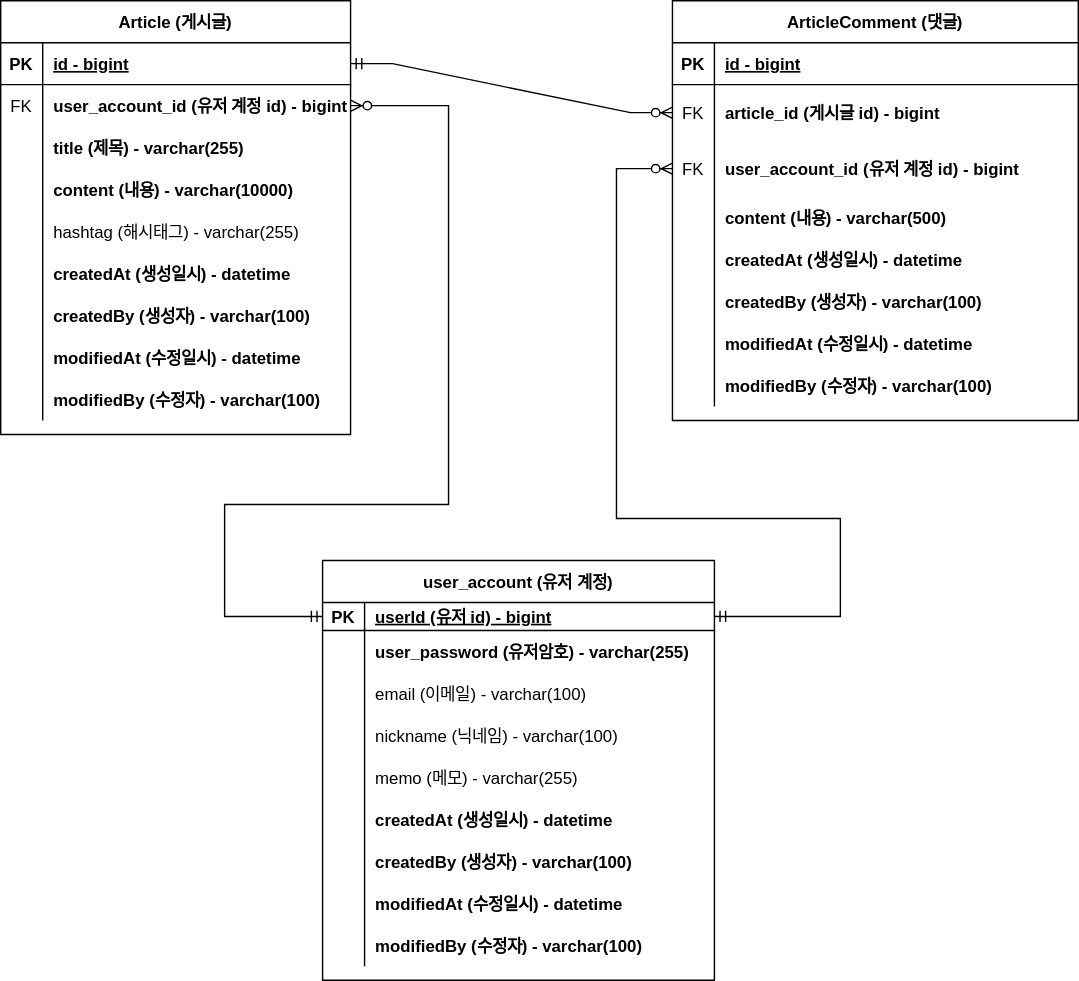
mugon-jeong/fastcampus-project-board keeps this draw.io diagram as document/project-board-erd.svg. Above is the earlier version. Source tidied: cells renumbered, new cells last; positions are measured from the earlier drawing's top-left corner, leaving out a move shared by most shapes.
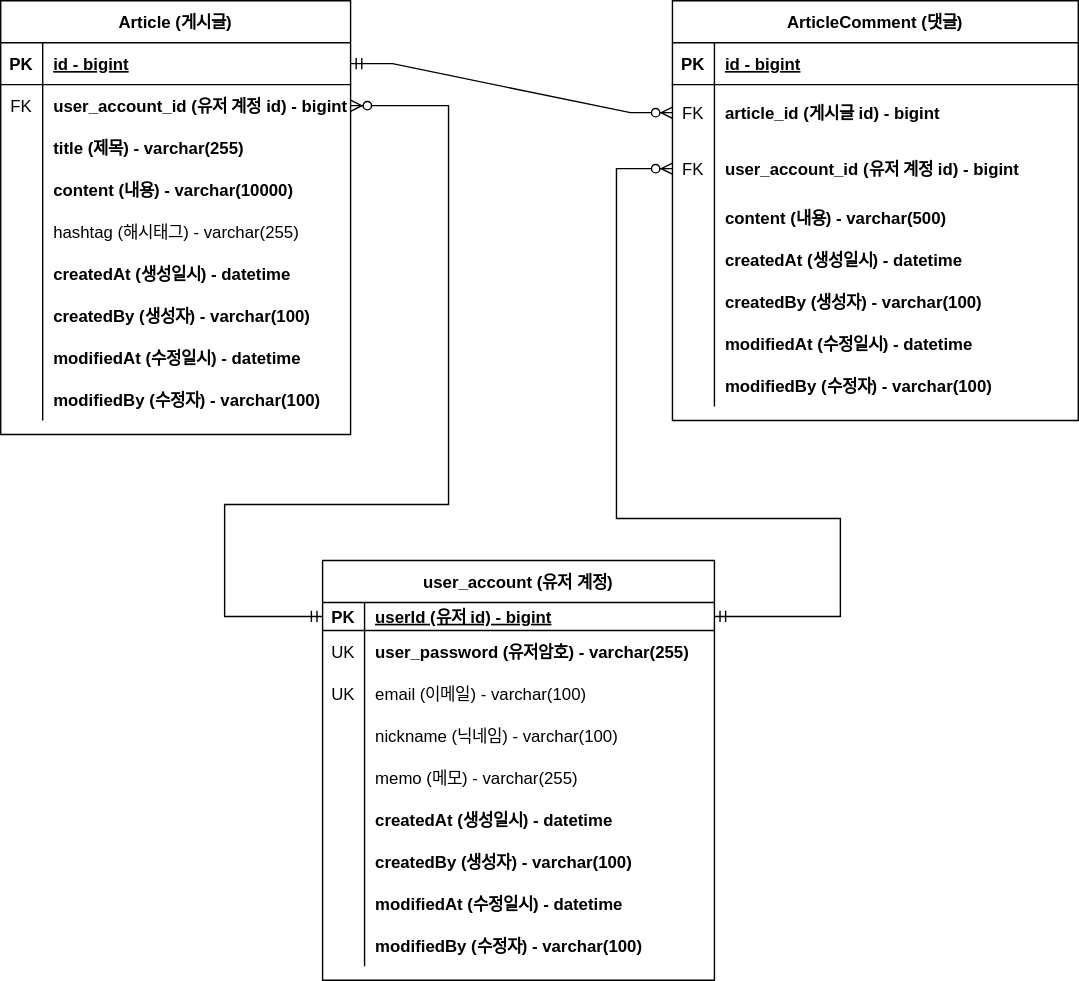
After the commit.

Commit message:
#23 - erd 업데이트: 회원 계정 도메인의 이메일에 유니크 키 추가

Diff of the diagram source:
```diff
@@ -179,7 +179,7 @@
     <mxCell id="60" style="shape=partialRectangle;fillColor=none;top=0;left=0;right=0;bottom=0;" parent="56" vertex="1">
       <mxGeometry y="50" width="280" height="30" as="geometry" />
     </mxCell>
-    <mxCell id="61" style="shape=partialRectangle;overflow=hidden;fillColor=none;top=0;left=0;bottom=0;right=0;" parent="60" vertex="1">
+    <mxCell id="61" value="UK" style="shape=partialRectangle;overflow=hidden;fillColor=none;top=0;left=0;bottom=0;right=0;" parent="60" vertex="1">
       <mxGeometry width="30" height="30" as="geometry" />
     </mxCell>
     <mxCell id="62" value="user_password (유저암호) - varchar(255)" style="shape=partialRectangle;overflow=hidden;fillColor=none;top=0;left=0;bottom=0;right=0;align=left;spacingLeft=6;fontStyle=1;" parent="60" vertex="1">
@@ -188,7 +188,7 @@
     <mxCell id="63" style="shape=partialRectangle;fillColor=none;top=0;left=0;right=0;bottom=0;" parent="56" vertex="1">
       <mxGeometry y="80" width="280" height="30" as="geometry" />
     </mxCell>
-    <mxCell id="64" style="shape=partialRectangle;overflow=hidden;fillColor=none;top=0;left=0;bottom=0;right=0;" parent="63" vertex="1">
+    <mxCell id="64" value="UK" style="shape=partialRectangle;overflow=hidden;fillColor=none;top=0;left=0;bottom=0;right=0;" parent="63" vertex="1">
       <mxGeometry width="30" height="30" as="geometry" />
     </mxCell>
     <mxCell id="65" value="email (이메일) - varchar(100)" style="shape=partialRectangle;overflow=hidden;fillColor=none;top=0;left=0;bottom=0;right=0;align=left;spacingLeft=6;fontStyle=0;" parent="63" vertex="1">
```
